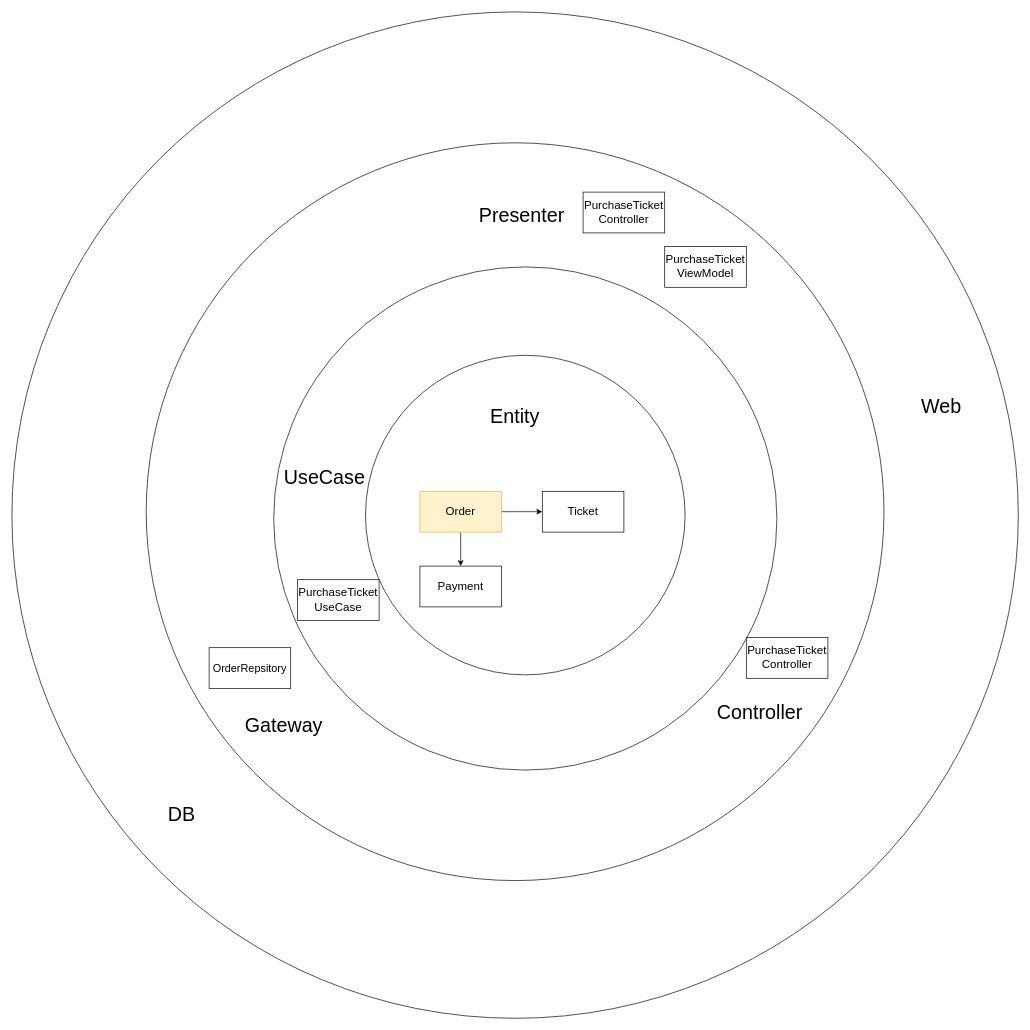
HF-Cheng/test keeps this draw.io diagram as Untitled Diagram.drawio. Above is the earlier version. Source tidied: cells renumbered, new cells numbered last; positions are measured from the earlier drawing's top-left corner, leaving out a move shared by most shapes. Both pictures are drawn from the tidied source at 68%, with x=0, y=0 at pixel (12, 12).
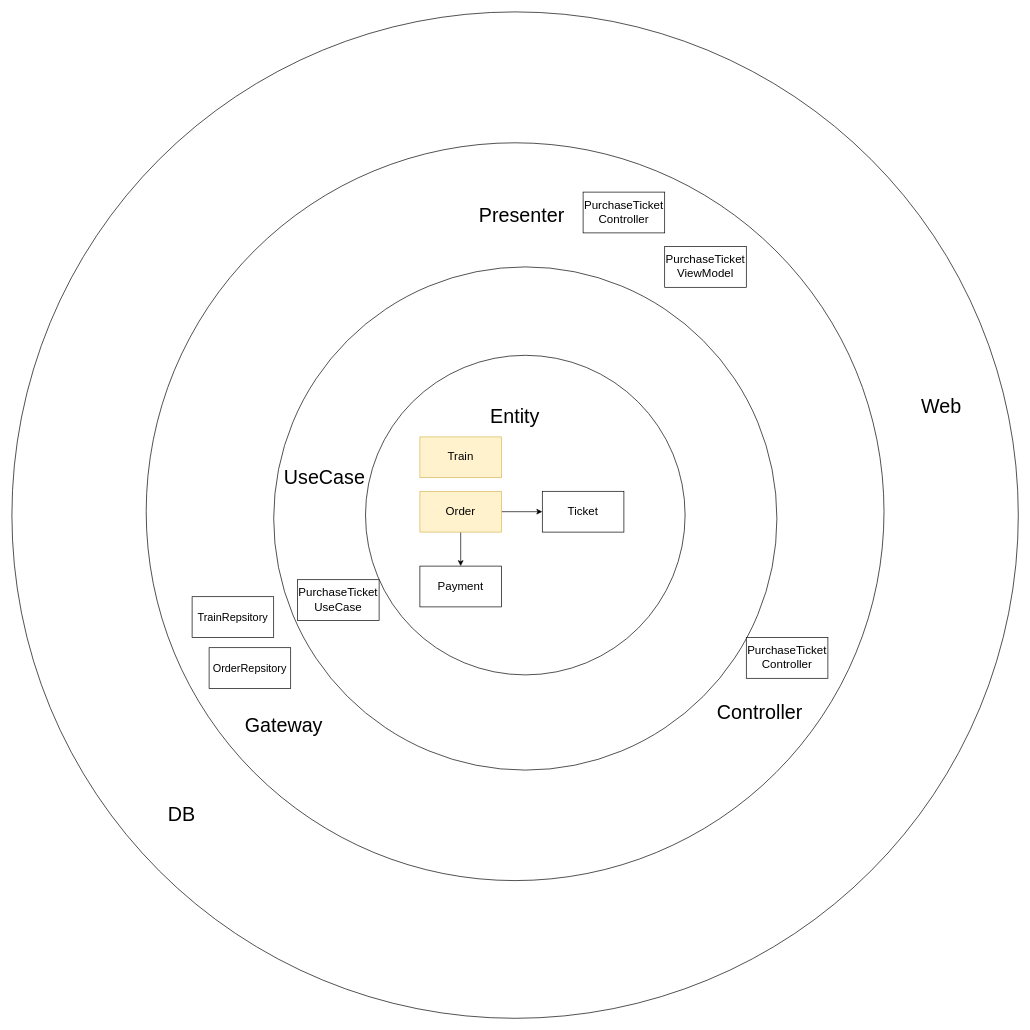
Above is the later version.

The edit, as a diff of the source:
```diff
@@
+    <mxCell id="24" value="&lt;font style=&quot;font-size: 17px&quot;&gt;Train&lt;/font&gt;" style="rounded=0;whiteSpace=wrap;html=1;fillColor=#fff2cc;strokeColor=#d6b656;" parent="1" vertex="1">
+      <mxGeometry x="600" y="625" width="120" height="60" as="geometry" />
+    </mxCell>
+    <mxCell id="25" value="&lt;font style=&quot;font-size: 16px&quot;&gt;TrainRepsitory&lt;/font&gt;" style="rounded=0;whiteSpace=wrap;html=1;" parent="1" vertex="1">
+      <mxGeometry x="265" y="860" width="120" height="60" as="geometry" />
+    </mxCell>
```
